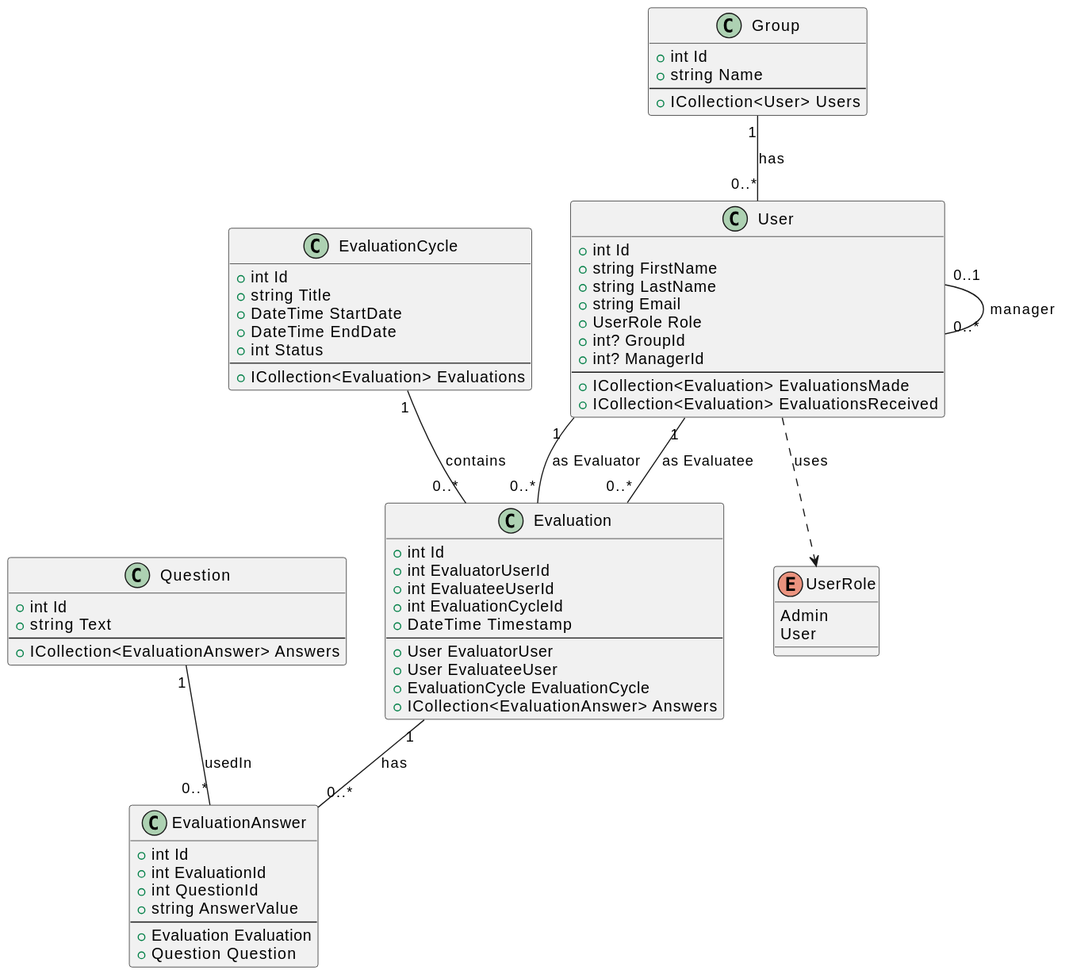
Before: DiagramsAndDocumentation/PeerEvalAppClassDiagram.svg, a diagram exported from PlantUML (KostasBar/PeerEvalApp). Source of this version:
```plantuml
@startuml
enum UserRole {
  Admin
  User
}

class User {
  + int Id
  + string FirstName
  + string LastName
  + string Email
  + UserRole Role
  + int? GroupId
  + int? ManagerId
  --
  + ICollection<Evaluation> EvaluationsMade
  + ICollection<Evaluation> EvaluationsReceived
}

class Group {
  + int Id
  + string Name
  --
  + ICollection<User> Users
}

class EvaluationCycle {
  + int Id
  + string Title
  + DateTime StartDate
  + DateTime EndDate
  + int Status
  --
  + ICollection<Evaluation> Evaluations
}

class Question {
  + int Id
  + string Text
  --
  + ICollection<EvaluationAnswer> Answers
}

class Evaluation {
  + int Id
  + int EvaluatorUserId
  + int EvaluateeUserId
  + int EvaluationCycleId
  + DateTime Timestamp
  --
  + User EvaluatorUser
  + User EvaluateeUser
  + EvaluationCycle EvaluationCycle
  + ICollection<EvaluationAnswer> Answers
}

class EvaluationAnswer {
  + int Id
  + int EvaluationId
  + int QuestionId
  + string AnswerValue
  --
  + Evaluation Evaluation
  + Question Question
}


User ..> UserRole : uses

Group "1" -- "0..*" User : has

User "0..1" -- "0..*" User : manager

User "1" -- "0..*" Evaluation : as Evaluator
User "1" -- "0..*" Evaluation : as Evaluatee

EvaluationCycle "1" -- "0..*" Evaluation : contains

Evaluation "1" -- "0..*" EvaluationAnswer : has

Question "1" -- "0..*" EvaluationAnswer : usedIn
@enduml
```
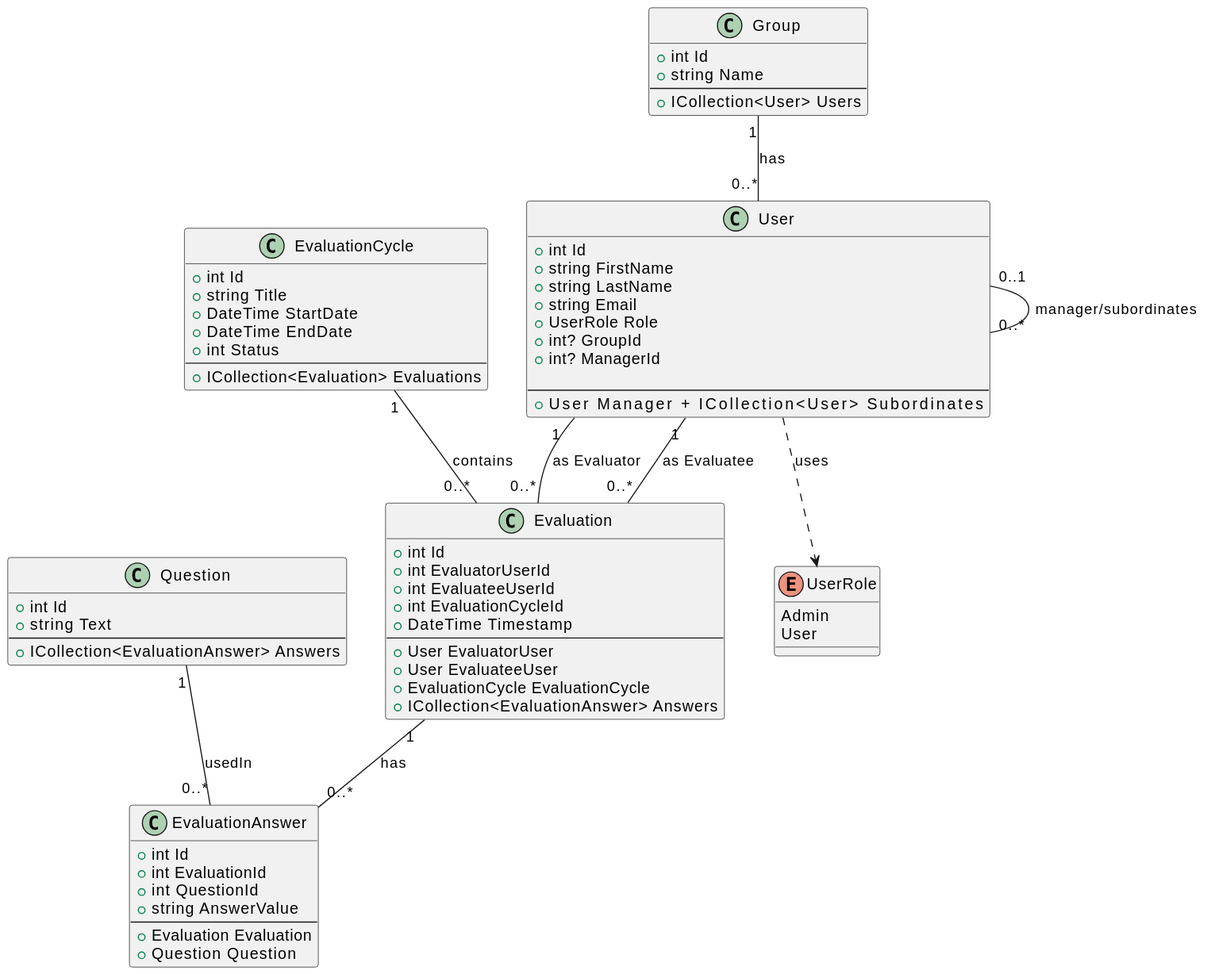
Later version of the same file.

Diff of the diagram source:
```diff
@@ -12,11 +12,10 @@
   + UserRole Role
   + int? GroupId
   + int? ManagerId
+
   --
-  + ICollection<Evaluation> EvaluationsMade
-  + ICollection<Evaluation> EvaluationsReceived
+  + User Manager              + ICollection<User> Subordinates
 }
-
 class Group {
   + int Id
   + string Name
@@ -69,7 +68,7 @@
 
 Group "1" -- "0..*" User : has
 
-User "0..1" -- "0..*" User : manager
+User "0..1" -- "0..*" User : manager/subordinates
 
 User "1" -- "0..*" Evaluation : as Evaluator
 User "1" -- "0..*" Evaluation : as Evaluatee
```
